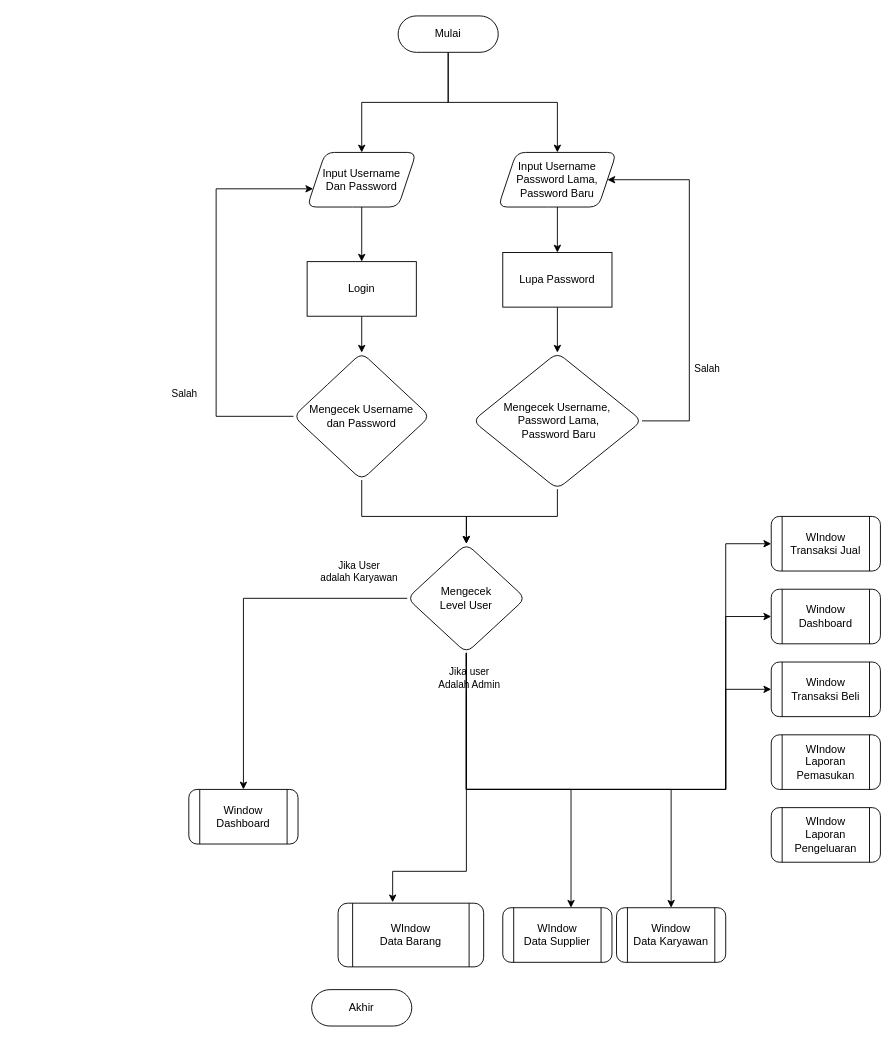
Earlier version of the draw.io diagram Untitled Diagram.drawio (Amirzan89/Project-Semester-1). Source tidied: cells renumbered, new cells numbered last; positions are measured from the earlier drawing's top-left corner, leaving out a move shared by most shapes. Both pictures are drawn from the tidied source at 91%, with x=0, y=0 at pixel (188, 15).
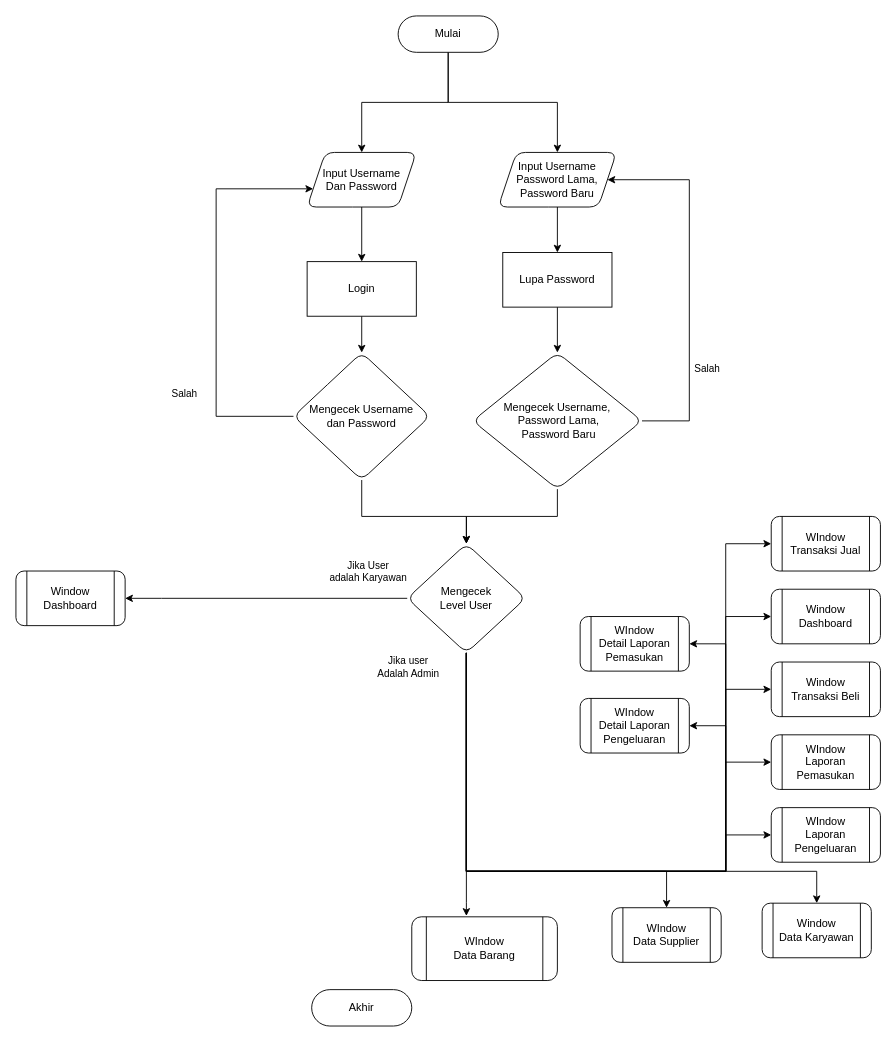
The same page after the edit.

Unchanged cells that the change refers to:
```xml
<mxCell id="10" value="Window Transaksi Beli" style="shape=process;whiteSpace=wrap;html=1;backgroundOutline=1;rounded=1;" parent="1" vertex="1">
  <mxGeometry x="640" y="710" width="120" height="60" as="geometry" />
</mxCell>
<mxCell id="12" value="WIndow Transaksi Jual" style="shape=process;whiteSpace=wrap;html=1;backgroundOutline=1;rounded=1;" parent="1" vertex="1">
  <mxGeometry x="640" y="550" width="120" height="60" as="geometry" />
</mxCell>
<mxCell id="37" value="Mengecek &lt;br&gt;Level User" style="rhombus;whiteSpace=wrap;html=1;rounded=1;" parent="1" vertex="1">
  <mxGeometry x="240" y="580" width="130" height="120" as="geometry" />
</mxCell>
<mxCell id="38" value="Window &lt;br&gt;Dashboard" style="shape=process;whiteSpace=wrap;html=1;backgroundOutline=1;rounded=1;" parent="1" vertex="1">
  <mxGeometry x="640" y="630" width="120" height="60" as="geometry" />
</mxCell>
<mxCell id="39" value="WIndow &lt;br&gt;Laporan Pemasukan" style="shape=process;whiteSpace=wrap;html=1;backgroundOutline=1;rounded=1;" parent="1" vertex="1">
  <mxGeometry x="640" y="790" width="120" height="60" as="geometry" />
</mxCell>
<mxCell id="40" value="WIndow &lt;br&gt;Laporan Pengeluaran" style="shape=process;whiteSpace=wrap;html=1;backgroundOutline=1;rounded=1;" parent="1" vertex="1">
  <mxGeometry x="640" y="870" width="120" height="60" as="geometry" />
</mxCell>
```

The edit, as a diff of the source:
```diff
@@
     <mxCell id="11" value="WIndow&lt;br&gt;Data Supplier" style="shape=process;whiteSpace=wrap;html=1;backgroundOutline=1;rounded=1;" parent="1" vertex="1">
-      <mxGeometry x="345" y="980" width="120" height="60" as="geometry" />
+      <mxGeometry x="465" y="980" width="120" height="60" as="geometry" />
     </mxCell>
@@
     <mxCell id="13" value="Window &lt;br&gt;Data Karyawan" style="shape=process;whiteSpace=wrap;html=1;backgroundOutline=1;rounded=1;" parent="1" vertex="1">
-      <mxGeometry x="470" y="980" width="120" height="60" as="geometry" />
+      <mxGeometry x="630" y="975" width="120" height="60" as="geometry" />
     </mxCell>
     <mxCell id="14" value="WIndow &lt;br&gt;Data Barang" style="shape=process;whiteSpace=wrap;html=1;backgroundOutline=1;rounded=1;" parent="1" vertex="1">
-      <mxGeometry x="164" y="975" width="160" height="70" as="geometry" />
+      <mxGeometry x="245" y="990" width="160" height="70" as="geometry" />
     </mxCell>
     <mxCell id="15" value="Window &lt;br&gt;Dashboard" style="shape=process;whiteSpace=wrap;html=1;backgroundOutline=1;rounded=1;" parent="1" vertex="1">
-      <mxGeometry y="850" width="120" height="60" as="geometry" />
+      <mxGeometry x="-190" y="610" width="120" height="60" as="geometry" />
     </mxCell>
@@
-    <mxCell id="28" style="edgeStyle=orthogonalEdgeStyle;rounded=0;jettySize=auto;html=1;entryX=0.5;entryY=0;entryDx=0;entryDy=0;" parent="1" edge="1" source="37" target="15">
+    <mxCell id="28" style="edgeStyle=orthogonalEdgeStyle;rounded=0;jettySize=auto;html=1;entryX=1;entryY=0.5;entryDx=0;entryDy=0;" parent="1" edge="1" source="37" target="15">
       <mxGeometry relative="1" as="geometry">
         <Array as="points">
-          <mxPoint x="60" y="640" />
+          <mxPoint x="-30" y="640" />
+          <mxPoint x="-30" y="640" />
         </Array>
       </mxGeometry>
     </mxCell>
@@
     <mxCell id="30" style="edgeStyle=orthogonalEdgeStyle;rounded=0;jettySize=auto;html=1;entryX=0.375;entryY=-0.014;entryDx=0;entryDy=0;entryPerimeter=0;" parent="1" edge="1" source="37" target="14">
       <mxGeometry relative="1" as="geometry">
         <Array as="points">
-          <mxPoint x="305" y="940" />
-          <mxPoint x="224" y="940" />
+          <mxPoint x="305" y="974" />
         </Array>
       </mxGeometry>
     </mxCell>
     <mxCell id="31" value="Jika user&lt;br&gt;Adalah Admin" style="edgeLabel;html=1;align=center;verticalAlign=middle;" parent="30" vertex="1">
-      <mxGeometry x="-0.85" y="2" relative="1" as="geometry" />
+      <mxGeometry x="-0.85" y="2" relative="1" as="geometry">
+        <mxPoint x="-67" y="-7" as="offset" />
+      </mxGeometry>
     </mxCell>
     <mxCell id="32" style="edgeStyle=orthogonalEdgeStyle;rounded=0;jettySize=auto;html=1;" parent="1" edge="1" source="37" target="11">
       <mxGeometry relative="1" as="geometry">
         <Array as="points">
-          <mxPoint x="305" y="850" />
-          <mxPoint x="420" y="850" />
+          <mxPoint x="305" y="940" />
+          <mxPoint x="525" y="940" />
         </Array>
       </mxGeometry>
     </mxCell>
     <mxCell id="33" style="edgeStyle=orthogonalEdgeStyle;rounded=0;jettySize=auto;html=1;" parent="1" edge="1" source="37" target="12">
       <mxGeometry relative="1" as="geometry">
         <Array as="points">
-          <mxPoint x="305" y="850" />
-          <mxPoint x="590" y="850" />
+          <mxPoint x="305" y="940" />
+          <mxPoint x="590" y="940" />
           <mxPoint x="590" y="580" />
         </Array>
       </mxGeometry>
     </mxCell>
     <mxCell id="34" style="edgeStyle=orthogonalEdgeStyle;rounded=0;jettySize=auto;html=1;entryX=0;entryY=0.5;entryDx=0;entryDy=0;" parent="1" edge="1" source="37" target="10">
       <mxGeometry relative="1" as="geometry">
         <Array as="points">
-          <mxPoint x="305" y="850" />
-          <mxPoint x="590" y="850" />
+          <mxPoint x="305" y="940" />
+          <mxPoint x="590" y="940" />
           <mxPoint x="590" y="740" />
         </Array>
       </mxGeometry>
     </mxCell>
     <mxCell id="35" style="edgeStyle=orthogonalEdgeStyle;rounded=0;jettySize=auto;html=1;entryX=0.5;entryY=0;entryDx=0;entryDy=0;" parent="1" edge="1" source="37" target="13">
       <mxGeometry relative="1" as="geometry">
         <Array as="points">
-          <mxPoint x="305" y="850" />
-          <mxPoint x="530" y="850" />
+          <mxPoint x="305" y="940" />
+          <mxPoint x="690" y="940" />
         </Array>
       </mxGeometry>
     </mxCell>
     <mxCell id="36" style="edgeStyle=orthogonalEdgeStyle;rounded=0;jettySize=auto;html=1;entryX=0;entryY=0.5;entryDx=0;entryDy=0;" parent="1" edge="1" source="37" target="38">
       <mxGeometry relative="1" as="geometry">
         <Array as="points">
-          <mxPoint x="305" y="850" />
-          <mxPoint x="590" y="850" />
+          <mxPoint x="305" y="940" />
+          <mxPoint x="590" y="940" />
           <mxPoint x="590" y="660" />
         </Array>
       </mxGeometry>
     </mxCell>
+    <mxCell id="41" style="edgeStyle=orthogonalEdgeStyle;rounded=0;jettySize=auto;html=1;entryX=0;entryY=0.5;entryDx=0;entryDy=0;" parent="1" edge="1" source="37" target="39">
+      <mxGeometry relative="1" as="geometry">
+        <Array as="points">
+          <mxPoint x="305" y="940" />
+          <mxPoint x="590" y="940" />
+          <mxPoint x="590" y="820" />
+        </Array>
+      </mxGeometry>
+    </mxCell>
+    <mxCell id="42" style="edgeStyle=orthogonalEdgeStyle;rounded=0;jettySize=auto;html=1;entryX=0;entryY=0.5;entryDx=0;entryDy=0;" parent="1" edge="1" source="37" target="40">
+      <mxGeometry relative="1" as="geometry">
+        <Array as="points">
+          <mxPoint x="305" y="940" />
+          <mxPoint x="590" y="940" />
+          <mxPoint x="590" y="900" />
+        </Array>
+      </mxGeometry>
+    </mxCell>
+    <mxCell id="43" style="edgeStyle=orthogonalEdgeStyle;rounded=0;jettySize=auto;html=1;entryX=1;entryY=0.5;entryDx=0;entryDy=0;" parent="1" edge="1" source="37" target="46">
+      <mxGeometry relative="1" as="geometry">
+        <Array as="points">
+          <mxPoint x="305" y="940" />
+          <mxPoint x="590" y="940" />
+          <mxPoint x="590" y="780" />
+        </Array>
+      </mxGeometry>
+    </mxCell>
+    <mxCell id="44" style="edgeStyle=orthogonalEdgeStyle;rounded=0;jettySize=auto;html=1;entryX=1;entryY=0.5;entryDx=0;entryDy=0;" parent="1" edge="1" source="37" target="45">
+      <mxGeometry relative="1" as="geometry">
+        <Array as="points">
+          <mxPoint x="305" y="940" />
+          <mxPoint x="590" y="940" />
+          <mxPoint x="590" y="690" />
+        </Array>
+      </mxGeometry>
+    </mxCell>
@@
+    <mxCell id="45" value="WIndow &lt;br&gt;Detail Laporan Pemasukan" style="shape=process;whiteSpace=wrap;html=1;backgroundOutline=1;rounded=1;" parent="1" vertex="1">
+      <mxGeometry x="430" y="660" width="120" height="60" as="geometry" />
+    </mxCell>
+    <mxCell id="46" value="WIndow &lt;br&gt;Detail Laporan Pengeluaran" style="shape=process;whiteSpace=wrap;html=1;backgroundOutline=1;rounded=1;" parent="1" vertex="1">
+      <mxGeometry x="430" y="750" width="120" height="60" as="geometry" />
+    </mxCell>
```
